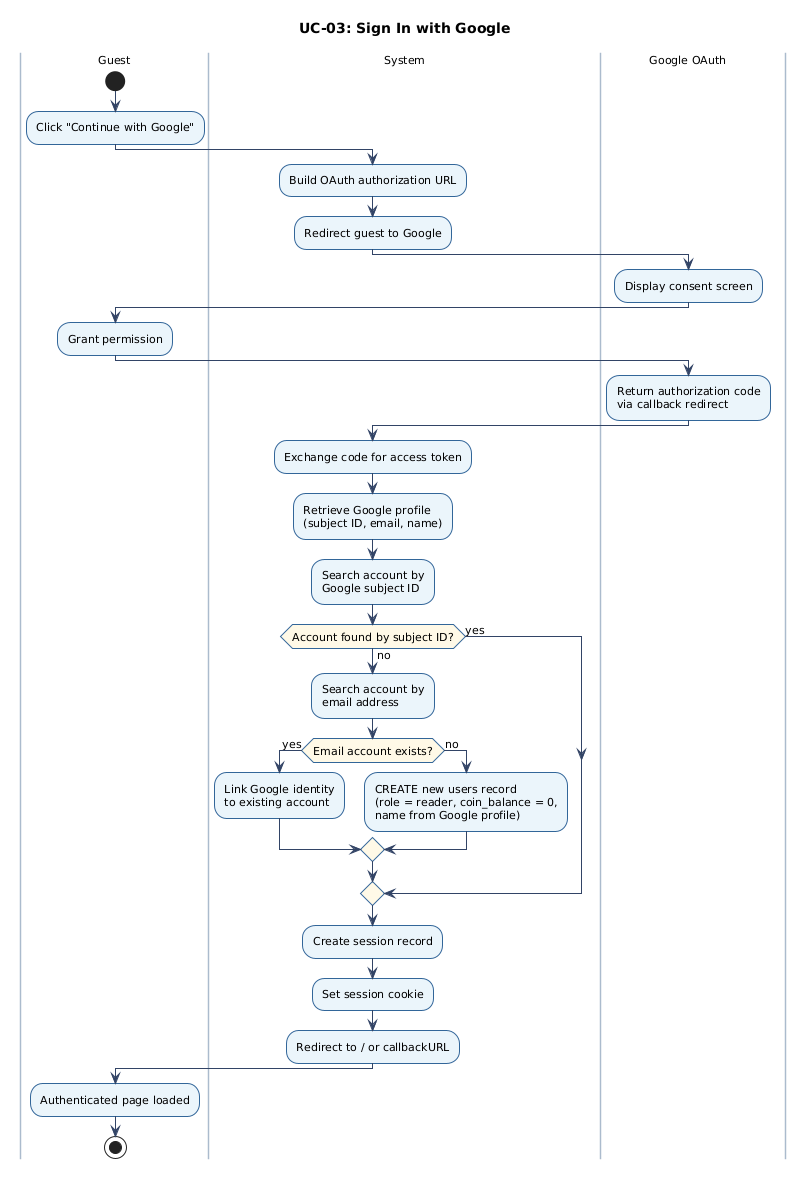
The PlantUML diagram docs/figures/uc-03-activity.png in chinhbmt122/Software-Architecture, before a commit.
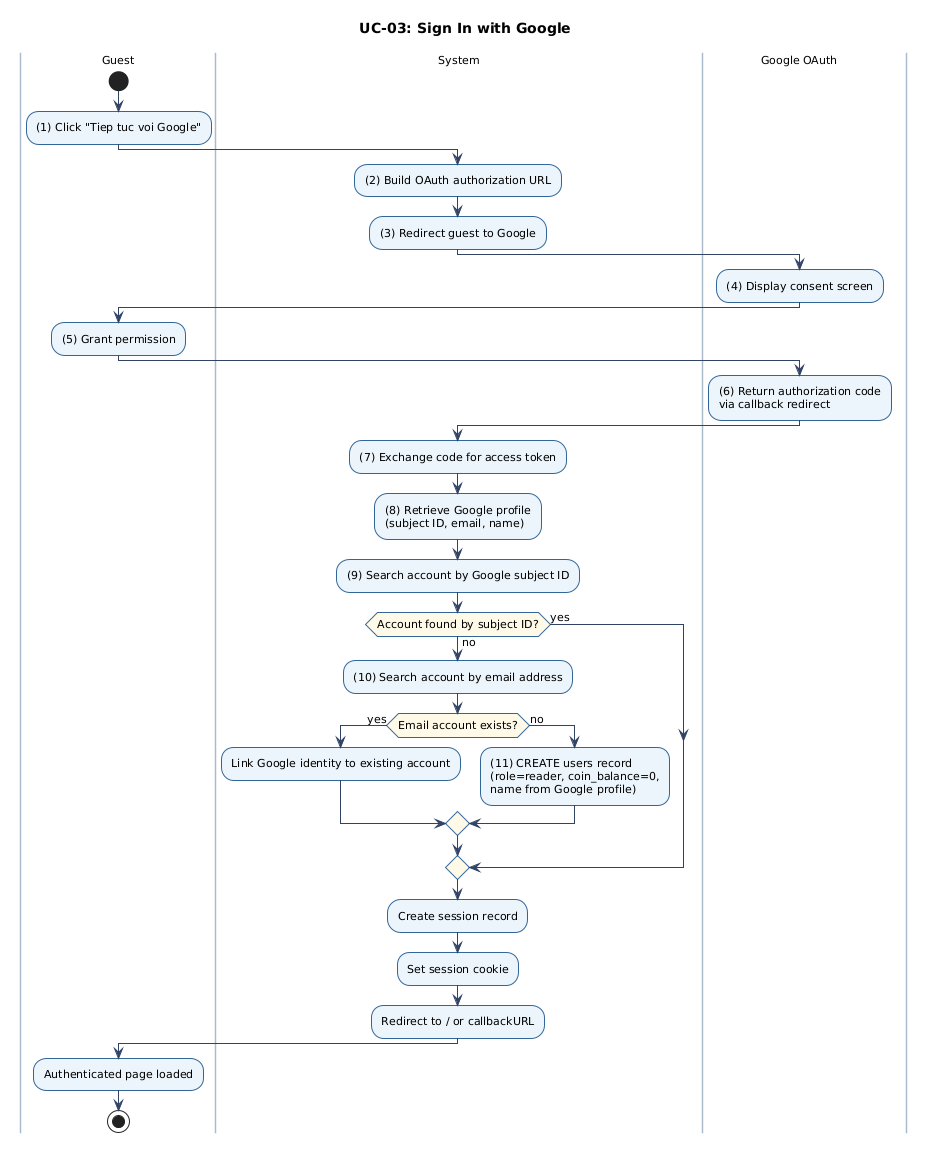
The same file after the commit.

The edit, as a diff of the source:
```diff
@@ -15,26 +15,26 @@
 title UC-03: Sign In with Google
 |Guest|
 start
-:Click "Continue with Google";
+:(1) Click "Tiep tuc voi Google";
 |System|
-:Build OAuth authorization URL;
-:Redirect guest to Google;
+:(2) Build OAuth authorization URL;
+:(3) Redirect guest to Google;
 |Google OAuth|
-:Display consent screen;
+:(4) Display consent screen;
 |Guest|
-:Grant permission;
+:(5) Grant permission;
 |Google OAuth|
-:Return authorization code\nvia callback redirect;
+:(6) Return authorization code\nvia callback redirect;
 |System|
-:Exchange code for access token;
-:Retrieve Google profile\n(subject ID, email, name);
-:Search account by\nGoogle subject ID;
+:(7) Exchange code for access token;
+:(8) Retrieve Google profile\n(subject ID, email, name);
+:(9) Search account by Google subject ID;
 if (Account found by subject ID?) then (no)
-  :Search account by\nemail address;
+  :(10) Search account by email address;
   if (Email account exists?) then (yes)
-    :Link Google identity\nto existing account;
+    :Link Google identity to existing account;
   else (no)
-    :CREATE new users record\n(role = reader, coin_balance = 0,\nname from Google profile);
+    :(11) CREATE users record\n(role=reader, coin_balance=0,\nname from Google profile);
   endif
 else (yes)
 endif
```
